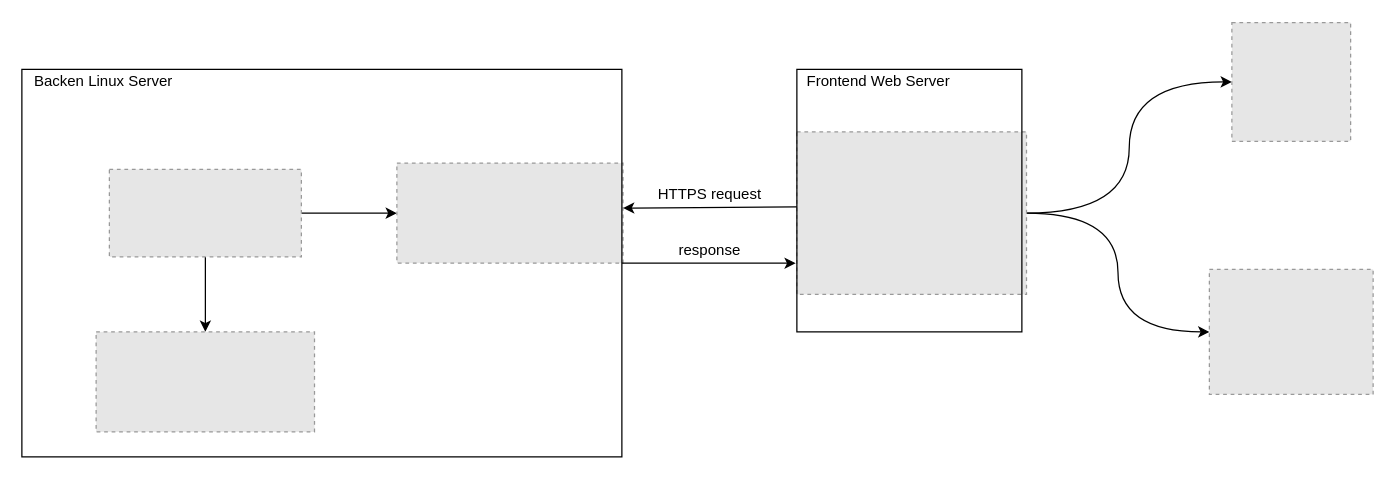
The draw.io diagram Application Architecture.drawio in MarkyMan4/capstone-planning, before the edit. Source tidied: cells renumbered, new cells numbered last; positions are measured from the earlier drawing's top-left corner, leaving out a move shared by most shapes. Both pictures are drawn from the tidied source at 125%, with x=0, y=0 at pixel (21, 21). Pictures stored in the file or linked from it are replaced by grey dashed boxes.
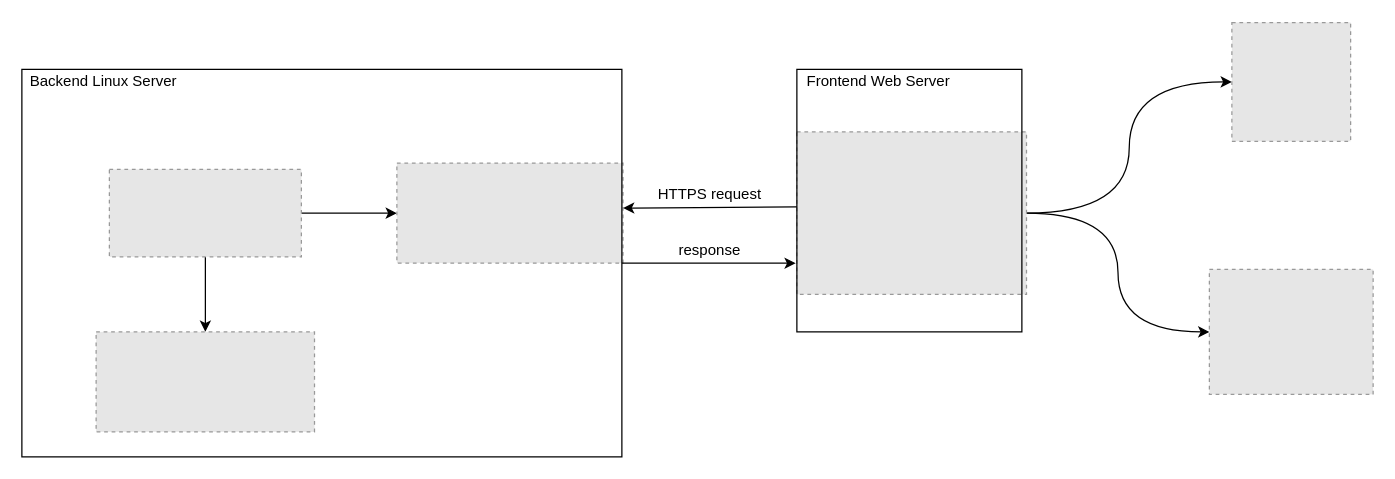
After the change.

What changed in the source:
```diff
@@
-    <mxCell id="12" value="Backen Linux Server" style="text;html=1;align=center;verticalAlign=middle;" parent="1" vertex="1">
+    <mxCell id="12" value="Backend Linux Server" style="text;html=1;align=center;verticalAlign=middle;" parent="1" vertex="1">
       <mxGeometry y="38" width="130" height="20" as="geometry" />
     </mxCell>
```
